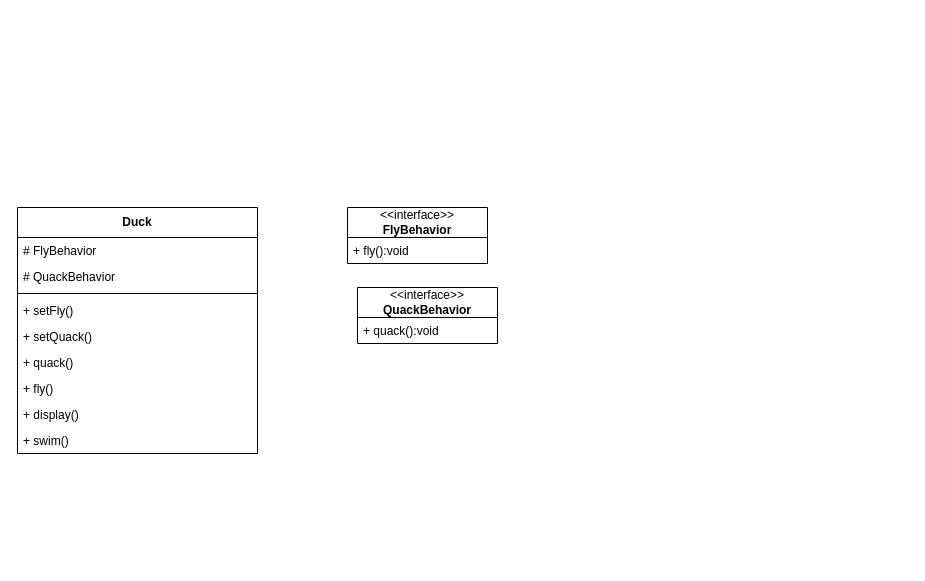
Before: strategy-duck.drawio in joelau71/uml, a draw.io diagram. Source tidied: cells renumbered, new cells numbered last; positions are measured from the earlier drawing's top-left corner, leaving out a move shared by most shapes. Both pictures are drawn from the tidied source at 100%, with x=0, y=0 at pixel (17, 207).
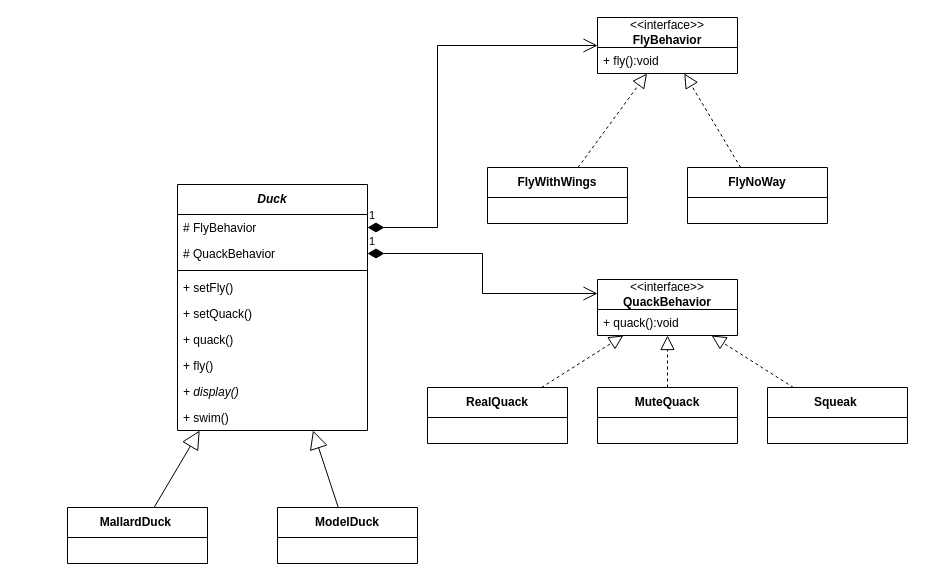
After the change.

The edit, as a diff of the source:
```diff
@@
-    <mxCell id="2" value="&lt;b&gt;Duck&lt;/b&gt;" style="swimlane;fontStyle=0;horizontal=1;startSize=30;fillColor=none;whiteSpace=wrap;html=1;" parent="1" vertex="1">
-      <mxGeometry width="240" height="246" as="geometry" />
+    <mxCell id="2" value="&lt;b&gt;&lt;i&gt;Duck&lt;/i&gt;&lt;/b&gt;" style="swimlane;fontStyle=0;horizontal=1;startSize=30;fillColor=none;whiteSpace=wrap;html=1;" parent="1" vertex="1">
+      <mxGeometry x="160" y="-23" width="190" height="246" as="geometry" />
     </mxCell>
     <mxCell id="3" value="# FlyBehavior" style="text;strokeColor=none;fillColor=none;align=left;verticalAlign=top;spacingLeft=4;spacingRight=4;overflow=hidden;points=[[0,0.5],[1,0.5]];portConstraint=eastwest;whiteSpace=wrap;html=1;" parent="2" vertex="1">
-      <mxGeometry y="30" width="240" height="26" as="geometry" />
+      <mxGeometry y="30" width="190" height="26" as="geometry" />
     </mxCell>
     <mxCell id="4" value="# QuackBehavior" style="text;strokeColor=none;fillColor=none;align=left;verticalAlign=top;spacingLeft=4;spacingRight=4;overflow=hidden;points=[[0,0.5],[1,0.5]];portConstraint=eastwest;whiteSpace=wrap;html=1;" parent="2" vertex="1">
-      <mxGeometry y="56" width="240" height="26" as="geometry" />
+      <mxGeometry y="56" width="190" height="26" as="geometry" />
     </mxCell>
     <mxCell id="5" style="line;strokeWidth=1;fillColor=none;align=left;verticalAlign=middle;spacingTop=-1;spacingLeft=3;spacingRight=3;labelPosition=right;strokeColor=inherit;" parent="2" vertex="1">
-      <mxGeometry y="82" width="240" height="8" as="geometry" />
+      <mxGeometry y="82" width="190" height="8" as="geometry" />
     </mxCell>
     <mxCell id="6" value="+ setFly()" style="text;strokeColor=none;fillColor=none;align=left;verticalAlign=top;spacingLeft=4;spacingRight=4;overflow=hidden;whiteSpace=wrap;html=1;" parent="2" vertex="1">
-      <mxGeometry y="90" width="240" height="26" as="geometry" />
+      <mxGeometry y="90" width="190" height="26" as="geometry" />
     </mxCell>
     <mxCell id="7" value="+ setQuack()" style="text;strokeColor=none;fillColor=none;align=left;verticalAlign=top;spacingLeft=4;spacingRight=4;overflow=hidden;whiteSpace=wrap;html=1;" parent="2" vertex="1">
-      <mxGeometry y="116" width="240" height="26" as="geometry" />
+      <mxGeometry y="116" width="190" height="26" as="geometry" />
     </mxCell>
     <mxCell id="8" value="+ quack()" style="text;strokeColor=none;fillColor=none;align=left;verticalAlign=top;spacingLeft=4;spacingRight=4;overflow=hidden;whiteSpace=wrap;html=1;" parent="2" vertex="1">
-      <mxGeometry y="142" width="240" height="26" as="geometry" />
+      <mxGeometry y="142" width="190" height="26" as="geometry" />
     </mxCell>
     <mxCell id="9" value="+ fly()" style="text;strokeColor=none;fillColor=none;align=left;verticalAlign=top;spacingLeft=4;spacingRight=4;overflow=hidden;whiteSpace=wrap;html=1;" parent="2" vertex="1">
-      <mxGeometry y="168" width="240" height="26" as="geometry" />
+      <mxGeometry y="168" width="190" height="26" as="geometry" />
     </mxCell>
-    <mxCell id="10" value="+ display()" style="text;strokeColor=none;fillColor=none;align=left;verticalAlign=top;spacingLeft=4;spacingRight=4;overflow=hidden;whiteSpace=wrap;html=1;" parent="2" vertex="1">
-      <mxGeometry y="194" width="240" height="26" as="geometry" />
+    <mxCell id="10" value="&lt;i&gt;+ display()&lt;/i&gt;" style="text;strokeColor=none;fillColor=none;align=left;verticalAlign=top;spacingLeft=4;spacingRight=4;overflow=hidden;whiteSpace=wrap;html=1;" parent="2" vertex="1">
+      <mxGeometry y="194" width="190" height="26" as="geometry" />
     </mxCell>
     <mxCell id="11" value="+ swim()" style="text;strokeColor=none;fillColor=none;align=left;verticalAlign=top;spacingLeft=4;spacingRight=4;overflow=hidden;whiteSpace=wrap;html=1;" parent="2" vertex="1">
-      <mxGeometry y="220" width="240" height="26" as="geometry" />
+      <mxGeometry y="220" width="190" height="26" as="geometry" />
     </mxCell>
     <mxCell id="12" value="&amp;lt;&amp;lt;interface&amp;gt;&amp;gt;&lt;br&gt;&lt;b&gt;FlyBehavior&lt;/b&gt;" style="swimlane;fontStyle=0;horizontal=1;startSize=30;fillColor=none;whiteSpace=wrap;html=1;" parent="1" vertex="1">
-      <mxGeometry x="330" width="140" height="56" as="geometry" />
+      <mxGeometry x="580" y="-190" width="140" height="56" as="geometry" />
     </mxCell>
@@
     <mxCell id="14" value="&amp;lt;&amp;lt;interface&amp;gt;&amp;gt;&lt;br&gt;&lt;b&gt;QuackBehavior&lt;/b&gt;" style="swimlane;fontStyle=0;horizontal=1;startSize=30;fillColor=none;whiteSpace=wrap;html=1;" parent="1" vertex="1">
-      <mxGeometry x="340" y="80" width="140" height="56" as="geometry" />
+      <mxGeometry x="580" y="72" width="140" height="56" as="geometry" />
     </mxCell>
@@
+    <mxCell id="16" value="&lt;b&gt;RealQuack&lt;/b&gt;" style="swimlane;fontStyle=0;horizontal=1;startSize=30;fillColor=none;whiteSpace=wrap;html=1;" parent="1" vertex="1">
+      <mxGeometry x="410" y="180" width="140" height="56" as="geometry" />
+    </mxCell>
+    <mxCell id="17" style="endArrow=block;dashed=1;endFill=0;endSize=12;html=1;rounded=0;" parent="1" edge="1" source="16" target="14">
+      <mxGeometry relative="1" as="geometry" />
+    </mxCell>
+    <mxCell id="18" value="&lt;b&gt;MuteQuack&lt;/b&gt;" style="swimlane;fontStyle=0;horizontal=1;startSize=30;fillColor=none;whiteSpace=wrap;html=1;" parent="1" vertex="1">
+      <mxGeometry x="580" y="180" width="140" height="56" as="geometry" />
+    </mxCell>
+    <mxCell id="19" style="endArrow=block;dashed=1;endFill=0;endSize=12;html=1;rounded=0;" parent="1" edge="1" source="18" target="14">
+      <mxGeometry relative="1" as="geometry" />
+    </mxCell>
+    <mxCell id="20" value="&lt;b&gt;Squeak&amp;nbsp;&lt;/b&gt;" style="swimlane;fontStyle=0;horizontal=1;startSize=30;fillColor=none;whiteSpace=wrap;html=1;" parent="1" vertex="1">
+      <mxGeometry x="750" y="180" width="140" height="56" as="geometry" />
+    </mxCell>
+    <mxCell id="21" style="endArrow=block;dashed=1;endFill=0;endSize=12;html=1;rounded=0;" parent="1" edge="1" source="20" target="14">
+      <mxGeometry relative="1" as="geometry" />
+    </mxCell>
+    <mxCell id="22" value="&lt;b&gt;FlyWithWings&lt;/b&gt;" style="swimlane;fontStyle=0;horizontal=1;startSize=30;fillColor=none;whiteSpace=wrap;html=1;" parent="1" vertex="1">
+      <mxGeometry x="470" y="-40" width="140" height="56" as="geometry" />
+    </mxCell>
+    <mxCell id="23" style="endArrow=block;dashed=1;endFill=0;endSize=12;html=1;rounded=0;" parent="1" edge="1" source="22" target="12">
+      <mxGeometry relative="1" as="geometry" />
+    </mxCell>
+    <mxCell id="24" value="&lt;b&gt;FlyNoWay&lt;/b&gt;" style="swimlane;fontStyle=0;horizontal=1;startSize=30;fillColor=none;whiteSpace=wrap;html=1;" parent="1" vertex="1">
+      <mxGeometry x="670" y="-40" width="140" height="56" as="geometry" />
+    </mxCell>
+    <mxCell id="25" style="endArrow=block;dashed=1;endFill=0;endSize=12;html=1;rounded=0;" parent="1" edge="1" source="24" target="12">
+      <mxGeometry relative="1" as="geometry" />
+    </mxCell>
+    <mxCell id="26" value="1" style="endArrow=open;html=1;endSize=12;startArrow=diamondThin;startSize=14;startFill=1;edgeStyle=orthogonalEdgeStyle;align=left;verticalAlign=bottom;rounded=0;entryX=0;entryY=0.25;entryDx=0;entryDy=0;" parent="1" edge="1" source="4" target="14">
+      <mxGeometry x="-1" y="3" relative="1" as="geometry" />
+    </mxCell>
+    <mxCell id="27" value="1" style="endArrow=open;html=1;endSize=12;startArrow=diamondThin;startSize=14;startFill=1;edgeStyle=orthogonalEdgeStyle;align=left;verticalAlign=bottom;rounded=0;" parent="1" edge="1" source="3" target="12">
+      <mxGeometry x="-1" y="3" relative="1" as="geometry">
+        <Array as="points">
+          <mxPoint x="420" y="20" />
+          <mxPoint x="420" y="-162" />
+        </Array>
+      </mxGeometry>
+    </mxCell>
+    <mxCell id="28" value="&lt;b&gt;MallardDuck&amp;nbsp;&lt;/b&gt;" style="swimlane;fontStyle=0;horizontal=1;startSize=30;fillColor=none;whiteSpace=wrap;html=1;" parent="1" vertex="1">
+      <mxGeometry x="50" y="300" width="140" height="56" as="geometry" />
+    </mxCell>
+    <mxCell id="29" style="endArrow=block;endSize=16;endFill=0;html=1;rounded=0;" parent="1" edge="1" source="28" target="2">
+      <mxGeometry relative="1" as="geometry" />
+    </mxCell>
+    <mxCell id="30" value="&lt;b&gt;ModelDuck&lt;/b&gt;" style="swimlane;fontStyle=0;horizontal=1;startSize=30;fillColor=none;whiteSpace=wrap;html=1;" parent="1" vertex="1">
+      <mxGeometry x="260" y="300" width="140" height="56" as="geometry" />
+    </mxCell>
+    <mxCell id="31" style="endArrow=block;endSize=16;endFill=0;html=1;rounded=0;" parent="1" edge="1" source="30" target="2">
+      <mxGeometry relative="1" as="geometry" />
+    </mxCell>
```
